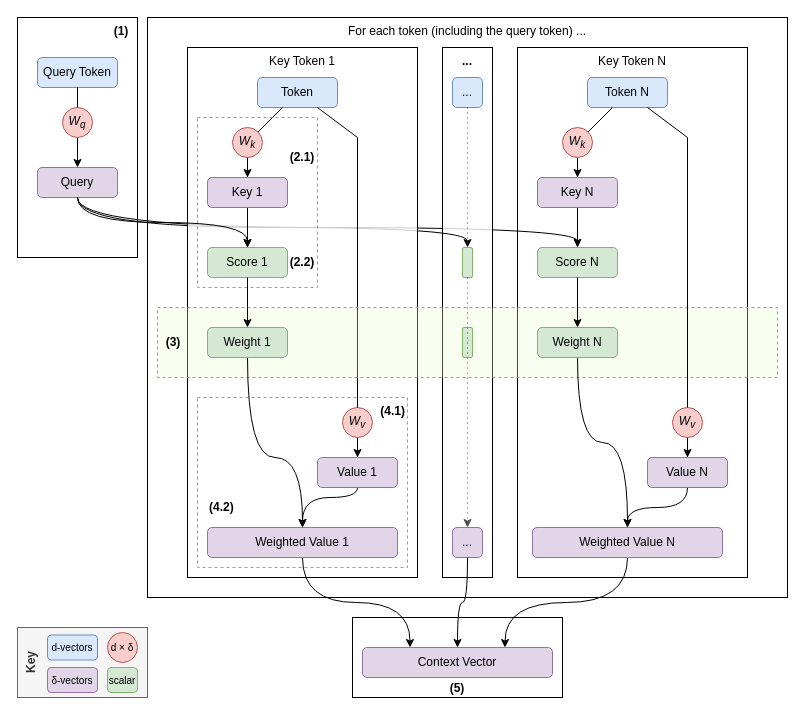
Earlier version of the draw.io diagram book/images/attention/overview.drawio (yshavit/llm-notes). Source tidied: cells renumbered, new cells numbered last; positions are measured from the earlier drawing's top-left corner, leaving out a move shared by most shapes. Both pictures are drawn from the tidied source at 100%, with x=0, y=0 at pixel (17, 17).
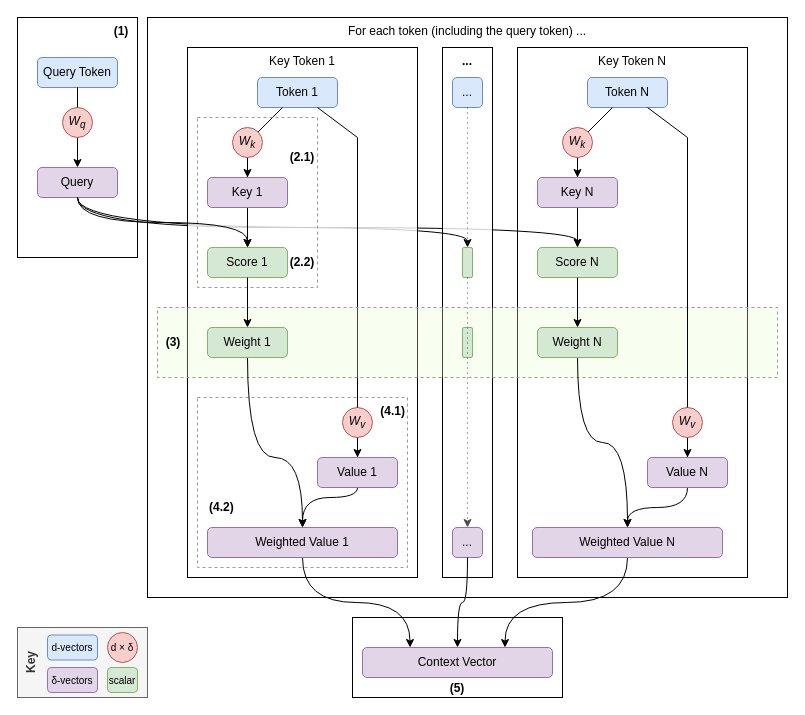
After the change.

The edit, as a diff of the source:
```diff
@@
-    <mxCell id="32" value="Token" style="rounded=1;whiteSpace=wrap;html=1;fillColor=#dae8fc;strokeColor=#6c8ebf;" parent="1" vertex="1">
+    <mxCell id="32" value="Token 1" style="rounded=1;whiteSpace=wrap;html=1;fillColor=#dae8fc;strokeColor=#6c8ebf;" parent="1" vertex="1">
       <mxGeometry x="240" y="60" width="80" height="30" as="geometry" />
     </mxCell>
```
